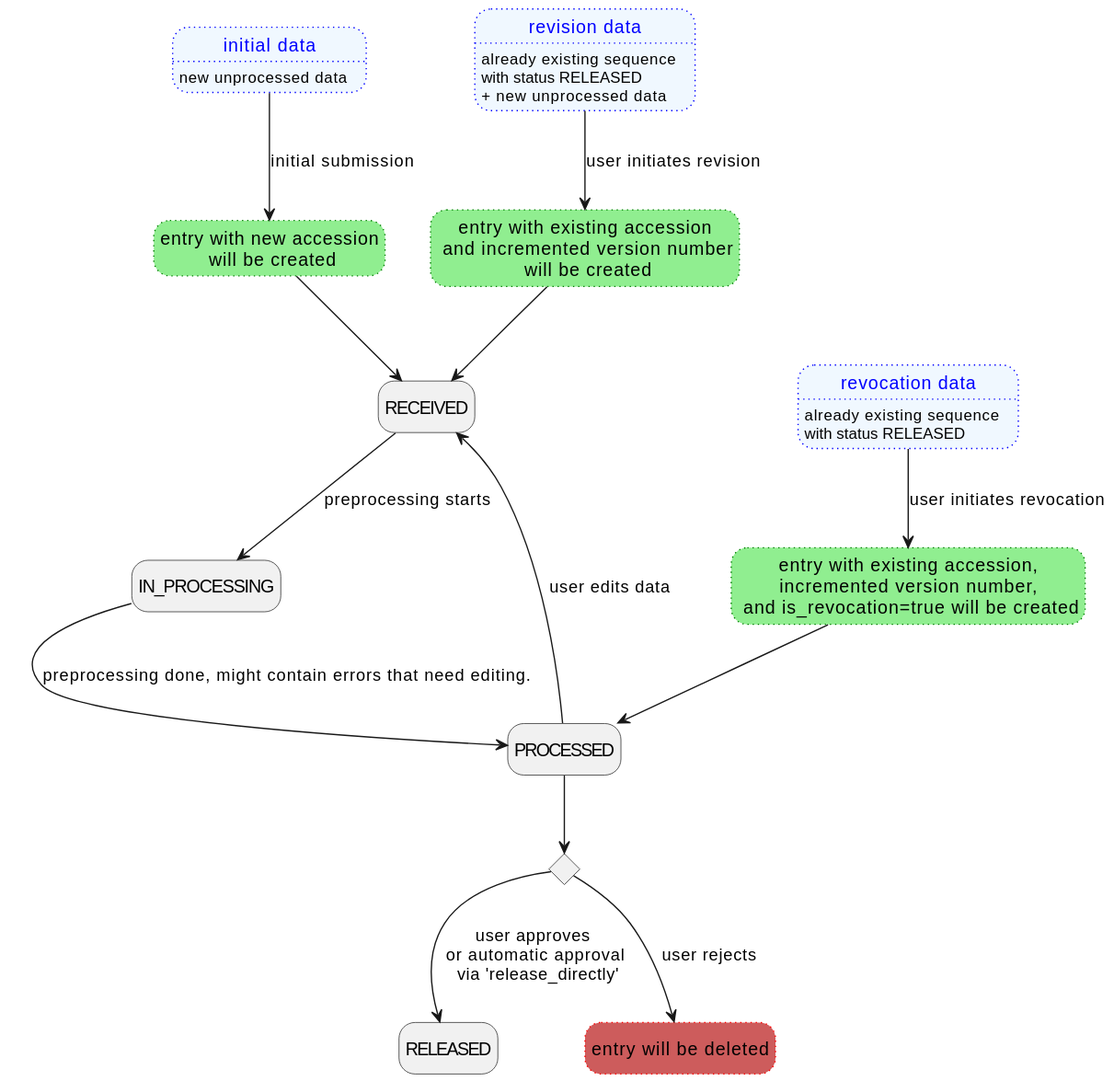
The PlantUML diagram backend/docs/plantuml/statusChange.svg in loculus-project/loculus, before a commit.
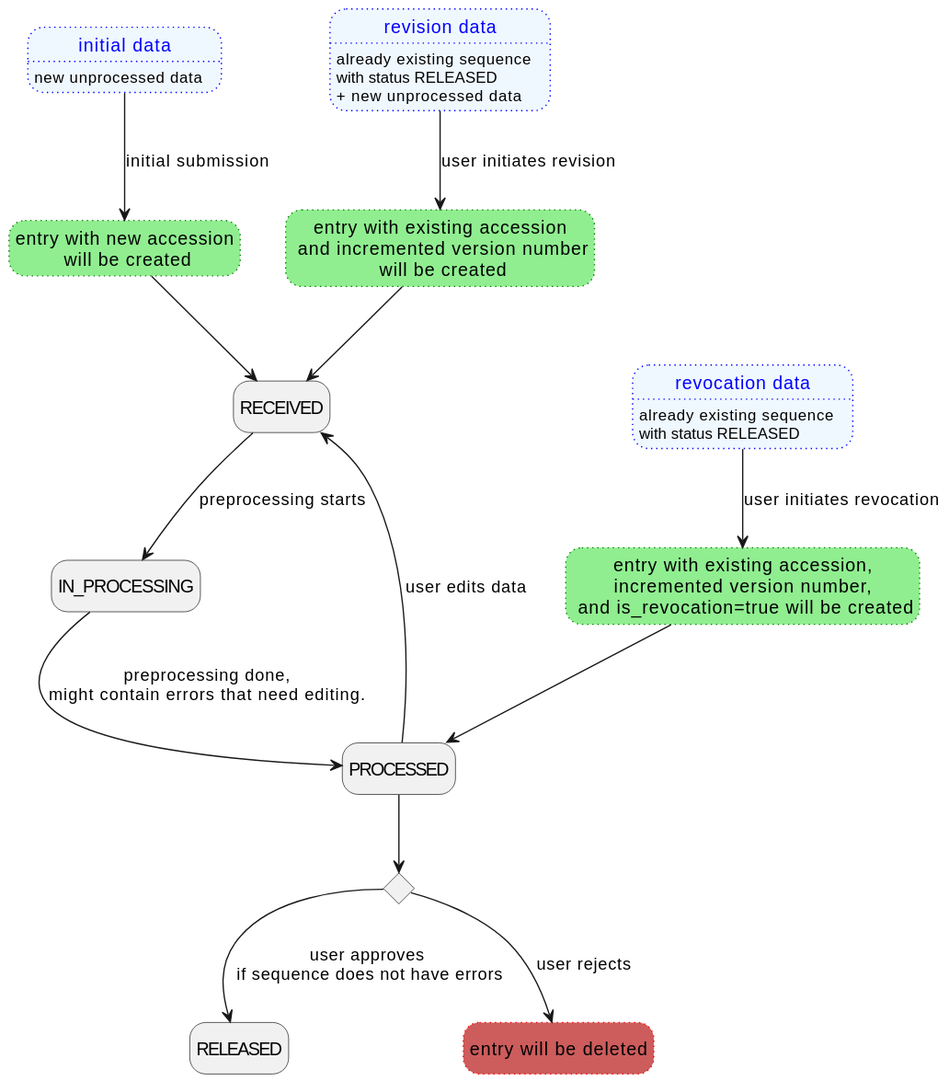
After the change.

Commit message:
improve status change diagram

What changed in the source:
```diff
@@ -35,9 +35,9 @@
     CREATING_REVOKE --> PROCESSED
 
     RECEIVED --> IN_PROCESSING : preprocessing starts
-    IN_PROCESSING --> PROCESSED : preprocessing done, might contain errors that need editing.
+    IN_PROCESSING --> PROCESSED : preprocessing done,\nmight contain errors that need editing.
     PROCESSED --> RECEIVED : user edits data
     PROCESSED --> is_approved
-    is_approved --> RELEASED : user approves \nor automatic approval\n via 'release_directly'
+    is_approved --> RELEASED : user approves \nif sequence does not have errors
     is_approved --> DELETION : user rejects
 @enduml
```
